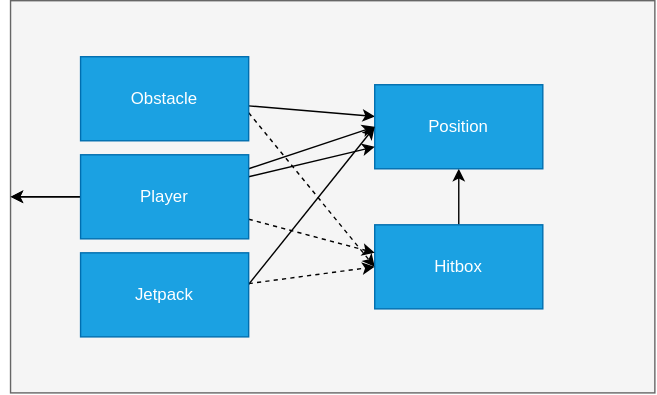
teko-L-TIN-22-Di-a/jump-dude keeps this draw.io diagram as docs/hitboxes.svg. Above is the earlier version. Source tidied: cells renumbered, new cells last; positions are measured from the earlier drawing's top-left corner, leaving out a move shared by most shapes.
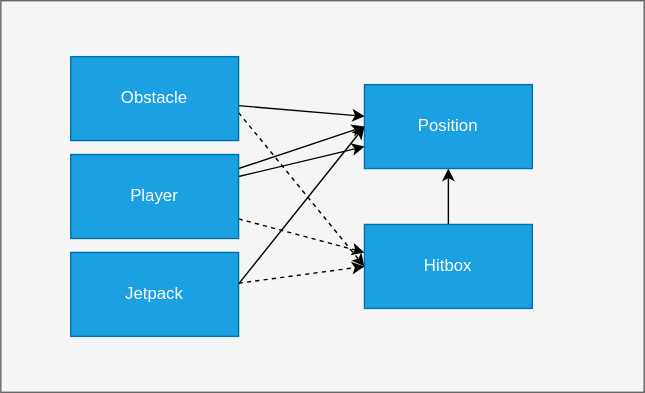
After the commit.

What changed in the source:
```diff
@@ -31,15 +31,9 @@
     <mxCell id="9" value="Position" style="whiteSpace=wrap;html=1;fillColor=#1ba1e2;fontColor=#ffffff;strokeColor=#006EAF;" parent="1" vertex="1">
       <mxGeometry x="260" y="60" width="120" height="60" as="geometry" />
     </mxCell>
-    <mxCell id="10" style="edgeStyle=none;html=1;" parent="1" edge="1" source="15" target="2">
-      <mxGeometry relative="1" as="geometry" />
-    </mxCell>
     <mxCell id="11" style="edgeStyle=none;html=1;" parent="1" edge="1" source="15" target="9">
       <mxGeometry relative="1" as="geometry" />
     </mxCell>
-    <mxCell id="12" style="edgeStyle=none;html=1;" parent="1" edge="1" source="15" target="2">
-      <mxGeometry relative="1" as="geometry" />
-    </mxCell>
     <mxCell id="13" style="edgeStyle=none;html=1;strokeColor=#000000;entryX=0;entryY=0.5;entryDx=0;entryDy=0;" parent="1" edge="1" source="15" target="9">
       <mxGeometry relative="1" as="geometry" />
     </mxCell>
```
